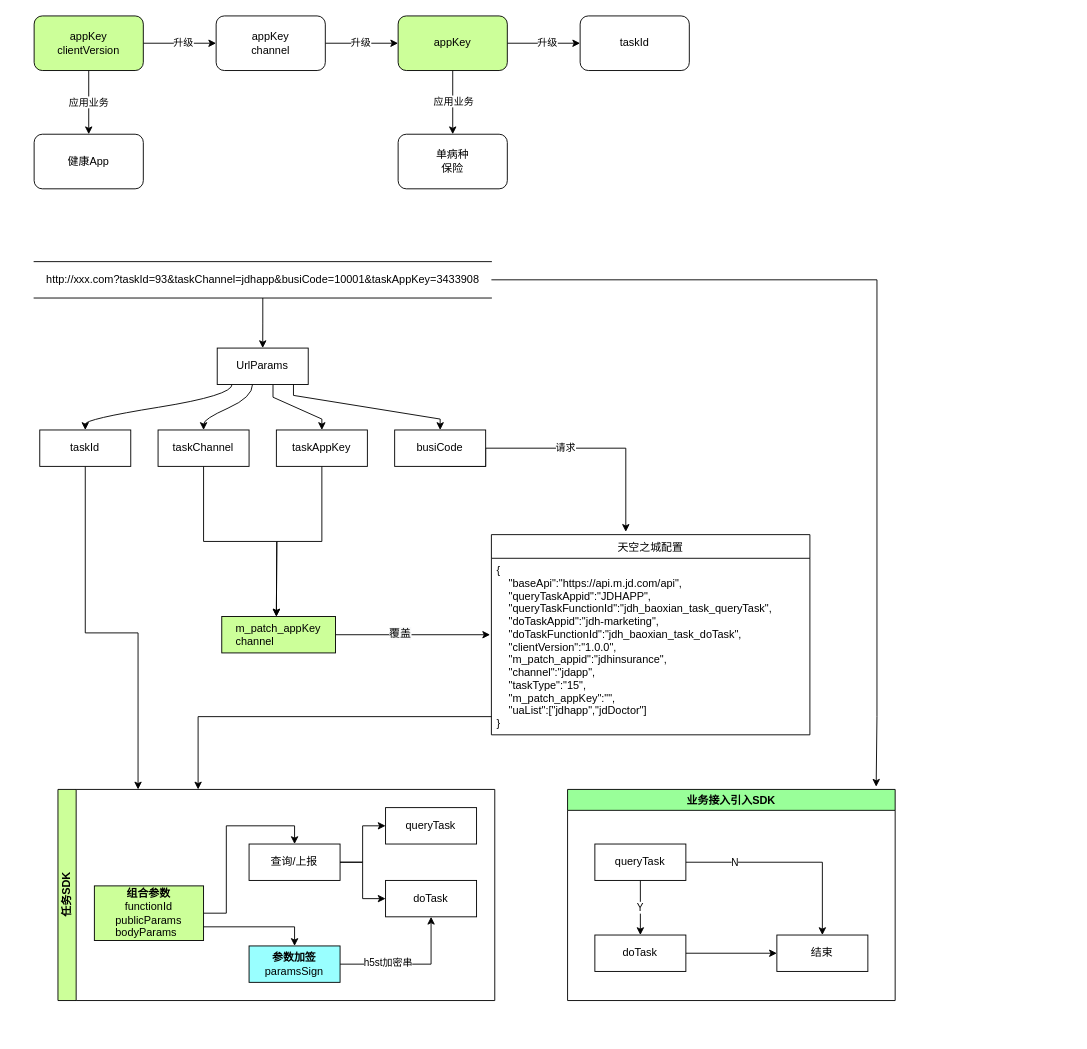
Earlier version of the draw.io diagram Untitled Diagram.drawio (zengkun/vue-demos). Source tidied: cells renumbered, new cells numbered last; positions are measured from the earlier drawing's top-left corner, leaving out a move shared by most shapes. Both pictures are drawn from the tidied source at 91%, with x=0, y=0 at pixel (34, 15).
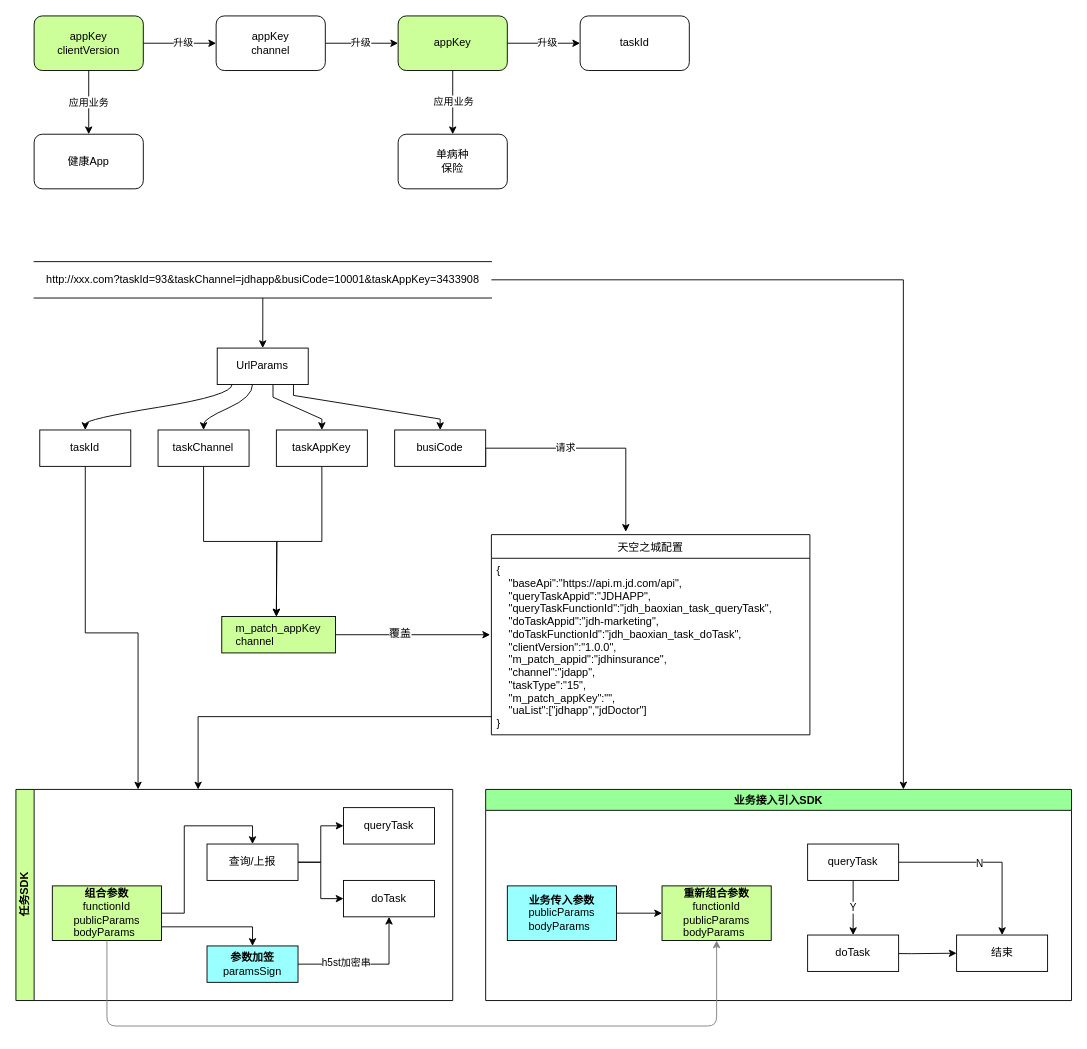
The same page after the edit.

Unchanged cells that the change refers to:
```xml
<mxCell id="34" value="http://xxx.com?taskId=93&amp;amp;taskChannel=jdhapp&amp;amp;busiCode=10001&amp;amp;taskAppKey=3433908" style="shape=partialRectangle;whiteSpace=wrap;html=1;left=0;right=0;fillColor=none;" parent="1" vertex="1">
  <mxGeometry y="270" width="502.5" height="40" as="geometry" />
</mxCell>
<mxCell id="45" value="&lt;span style=&quot;text-align: left&quot;&gt;&lt;b&gt;组合参数&lt;br&gt;&lt;/b&gt;functionId&lt;/span&gt;&lt;br&gt;&lt;div style=&quot;text-align: left&quot;&gt;&lt;span&gt;publicParams&lt;/span&gt;&lt;/div&gt;&lt;div style=&quot;text-align: left&quot;&gt;&lt;span&gt;bodyParams&lt;/span&gt;&lt;/div&gt;" style="rounded=0;whiteSpace=wrap;html=1;fillColor=#CCFF99;" parent="38" vertex="1">
  <mxGeometry x="40" y="106" width="120" height="60" as="geometry" />
</mxCell>
<mxCell id="52" style="edgeStyle=orthogonalEdgeStyle;rounded=0;jettySize=auto;html=1;entryX=0.5;entryY=0;entryDx=0;entryDy=0;" parent="51" edge="1" source="55" target="58">
  <mxGeometry relative="1" as="geometry" />
</mxCell>
```

What changed in the source:
```diff
@@
-    <mxCell id="33" style="edgeStyle=orthogonalEdgeStyle;rounded=0;jettySize=auto;html=1;entryX=0.942;entryY=-0.013;entryDx=0;entryDy=0;entryPerimeter=0;" parent="1" edge="1" source="34" target="51">
+    <mxCell id="33" style="edgeStyle=orthogonalEdgeStyle;rounded=0;jettySize=auto;html=1;entryX=0.713;entryY=0;entryDx=0;entryDy=0;entryPerimeter=0;" parent="1" edge="1" source="34" target="51">
       <mxGeometry relative="1" as="geometry">
         <Array as="points">
-          <mxPoint x="926.2" y="290" />
-          <mxPoint x="926.2" y="770" />
+          <mxPoint x="955" y="290" />
         </Array>
       </mxGeometry>
     </mxCell>
@@
     <mxCell id="38" value="任务SDK" style="swimlane;html=1;startSize=20;horizontal=0;horizontalTree=1;containerType=tree;fillColor=#CCFF99;" parent="1" vertex="1">
-      <mxGeometry x="26.2" y="850" width="480" height="232" as="geometry" />
+      <mxGeometry x="-20" y="850" width="480" height="232" as="geometry" />
     </mxCell>
@@
     <mxCell id="51" value="业务接入引入SDK" style="swimlane;fillColor=#99FF99;" parent="1" vertex="1">
-      <mxGeometry x="586.2" y="850" width="360" height="232" as="geometry" />
+      <mxGeometry x="496.2" y="850" width="643.8" height="232" as="geometry" />
     </mxCell>
@@
     <mxCell id="53" value="N" style="edgeLabel;html=1;align=center;verticalAlign=middle;" parent="52" vertex="1">
-      <mxGeometry x="-0.54" relative="1" as="geometry" />
+      <mxGeometry x="-0.09" y="-1" relative="1" as="geometry" />
     </mxCell>
@@
     <mxCell id="55" value="queryTask" style="whiteSpace=wrap;html=1;" parent="51" vertex="1">
-      <mxGeometry x="30" y="60" width="100" height="40" as="geometry" />
+      <mxGeometry x="353.8" y="60" width="100" height="40" as="geometry" />
     </mxCell>
-    <mxCell id="56" style="edgeStyle=orthogonalEdgeStyle;rounded=0;jettySize=auto;html=1;entryX=0;entryY=0.5;entryDx=0;entryDy=0;" parent="51" edge="1" source="57" target="58">
-      <mxGeometry relative="1" as="geometry" />
+    <mxCell id="56" style="edgeStyle=orthogonalEdgeStyle;rounded=0;jettySize=auto;html=1;entryX=0;entryY=0.5;entryDx=0;entryDy=0;" parent="51" edge="1" target="58">
+      <mxGeometry relative="1" as="geometry">
+        <mxPoint x="417.5" y="180" as="sourcePoint" />
+      </mxGeometry>
     </mxCell>
     <mxCell id="57" value="doTask" style="whiteSpace=wrap;html=1;" parent="51" vertex="1">
-      <mxGeometry x="30" y="160" width="100" height="40" as="geometry" />
+      <mxGeometry x="353.8" y="160" width="100" height="40" as="geometry" />
     </mxCell>
     <mxCell id="58" value="结束" style="whiteSpace=wrap;html=1;" parent="51" vertex="1">
-      <mxGeometry x="230" y="160" width="100" height="40" as="geometry" />
+      <mxGeometry x="517.5" y="160" width="100" height="40" as="geometry" />
     </mxCell>
+    <mxCell id="59" value="&lt;span style=&quot;text-align: left&quot;&gt;&lt;b&gt;重新组合参数&lt;br&gt;&lt;/b&gt;functionId&lt;/span&gt;&lt;br&gt;&lt;div style=&quot;text-align: left&quot;&gt;&lt;span&gt;publicParams&lt;/span&gt;&lt;/div&gt;&lt;div style=&quot;text-align: left&quot;&gt;&lt;span&gt;bodyParams&lt;/span&gt;&lt;/div&gt;" style="rounded=0;whiteSpace=wrap;html=1;fillColor=#CCFF99;" parent="51" vertex="1">
+      <mxGeometry x="193.8" y="106" width="120" height="60" as="geometry" />
+    </mxCell>
+    <mxCell id="60" style="edgeStyle=orthogonalEdgeStyle;rounded=0;jettySize=auto;html=1;entryX=0;entryY=0.5;entryDx=0;entryDy=0;" parent="51" edge="1" source="61" target="59">
+      <mxGeometry relative="1" as="geometry" />
+    </mxCell>
+    <mxCell id="61" value="&lt;b&gt;业务传入参数&lt;br&gt;&lt;/b&gt;&lt;div style=&quot;text-align: left&quot;&gt;publicParams&lt;/div&gt;&lt;div style=&quot;text-align: left&quot;&gt;bodyParams&lt;/div&gt;" style="rounded=0;whiteSpace=wrap;html=1;fillColor=#99FFFF;" parent="51" vertex="1">
+      <mxGeometry x="23.8" y="106" width="120" height="60" as="geometry" />
+    </mxCell>
+    <mxCell id="62" style="edgeStyle=elbowEdgeStyle;elbow=vertical;endArrow=classic;html=1;entryX=0.5;entryY=1;entryDx=0;entryDy=0;exitX=0.5;exitY=1;exitDx=0;exitDy=0;strokeColor=#808080;" parent="1" edge="1" source="45" target="59">
+      <mxGeometry relative="1" as="geometry">
+        <Array as="points">
+          <mxPoint x="440" y="1110" />
+          <mxPoint x="490" y="1130" />
+        </Array>
+      </mxGeometry>
+    </mxCell>
```
